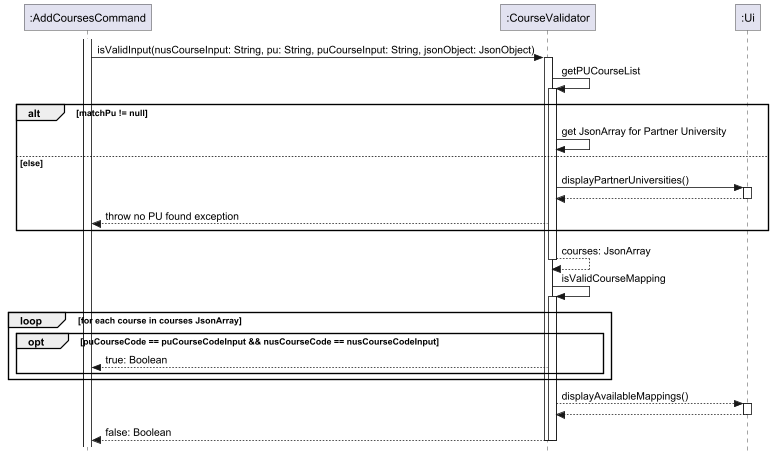
This is docs/images/CourseValidator.png from nus-cs2113-AY2425S1/tp, a PlantUML export, as it was before one commit.
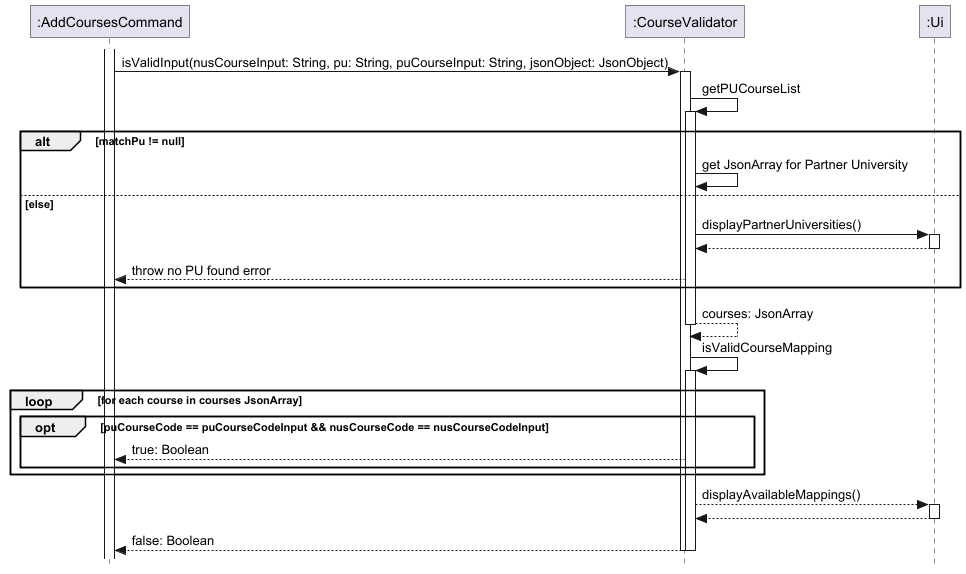
Above is the later version.

Commit message:
Remove exceptions from sequence diagrams

Diff of the diagram source:
```diff
@@ -20,7 +20,7 @@
 activate Ui
 Ui --> CourseValidator
 deactivate
-CourseValidator --> AddCoursesCommand: throw no PU found exception
+CourseValidator --> AddCoursesCommand: throw no PU found error
 end
 return courses: JsonArray
 
```
